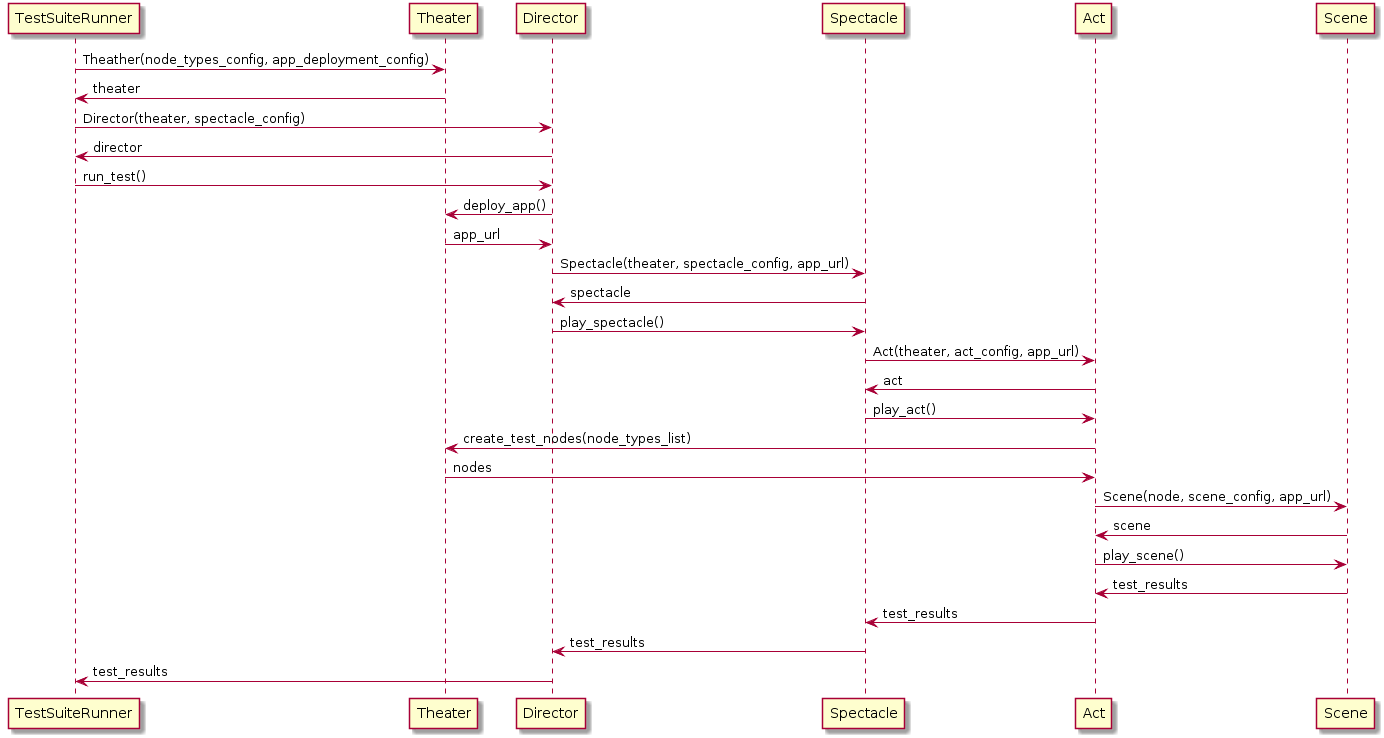
reef-technologies/reefperf keeps this PlantUML diagram as docs/director_flow.png. Above is the earlier version. The source it was exported from:
```plantuml
@startuml
TestSuiteRunner -> Theater: Theather(node_types_config, app_deployment_config)
TestSuiteRunner <- Theater: theater
TestSuiteRunner -> Director: Director(theater, spectacle_config)
TestSuiteRunner <- Director: director
TestSuiteRunner -> Director: run_test()
Director -> Theater: deploy_app()
Director <- Theater: app_url
Director -> Spectacle : Spectacle(theater, spectacle_config, app_url)
Director <- Spectacle: spectacle
Director -> Spectacle: play_spectacle()
Spectacle -> Act : Act(theater, act_config, app_url)
Spectacle <- Act: act
Spectacle -> Act: play_act()
Act -> Theater: create_test_nodes(node_types_list)
Act <- Theater: nodes
Act -> Scene: Scene(node, scene_config, app_url)
Act <- Scene: scene
Act -> Scene: play_scene()
Act <- Scene: test_results
Spectacle <- Act: test_results
Director <- Spectacle: test_results
TestSuiteRunner <- Director: test_results
@enduml
```
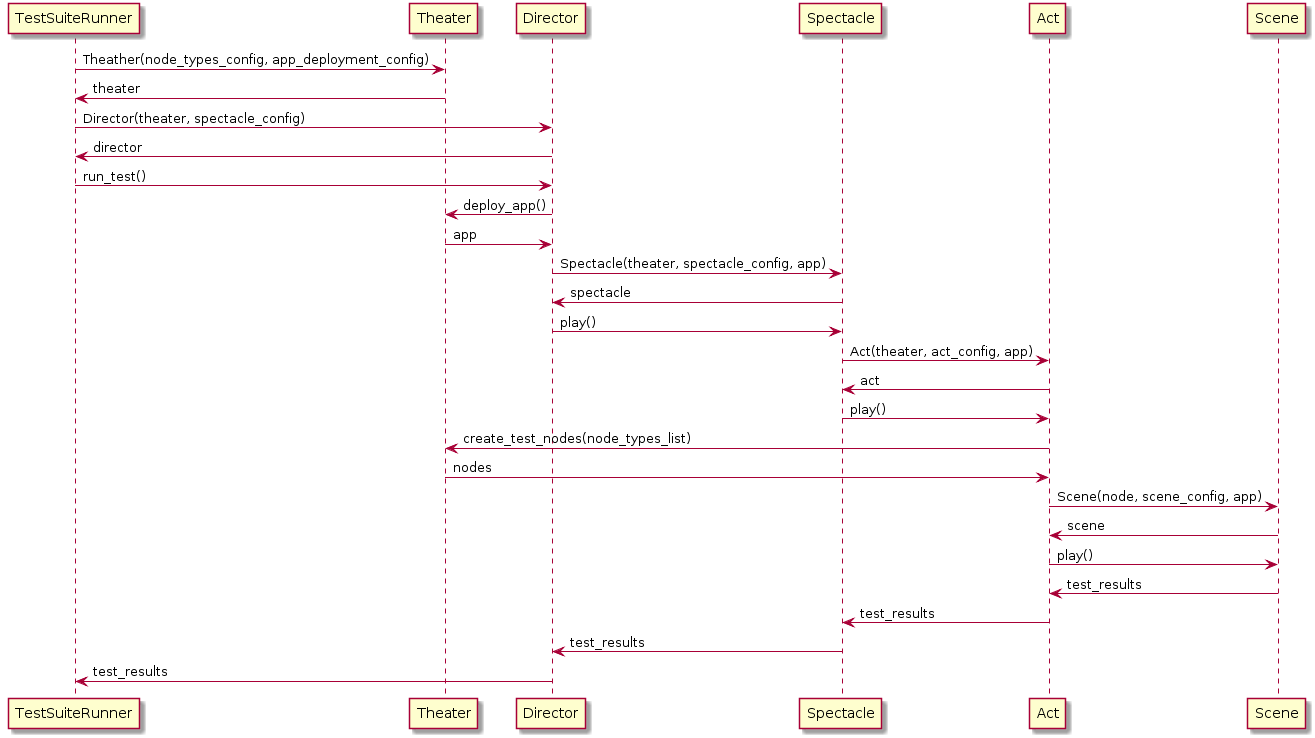
Above is the later version.

Commit message:
Replaced in flow docs app_url by app object; Small renames

Diff of the diagram source:
```diff
@@ -5,18 +5,18 @@
 TestSuiteRunner <- Director: director
 TestSuiteRunner -> Director: run_test()
 Director -> Theater: deploy_app()
-Director <- Theater: app_url
-Director -> Spectacle : Spectacle(theater, spectacle_config, app_url)
+Director <- Theater: app
+Director -> Spectacle : Spectacle(theater, spectacle_config, app)
 Director <- Spectacle: spectacle
-Director -> Spectacle: play_spectacle()
-Spectacle -> Act : Act(theater, act_config, app_url)
+Director -> Spectacle: play()
+Spectacle -> Act : Act(theater, act_config, app)
 Spectacle <- Act: act
-Spectacle -> Act: play_act()
+Spectacle -> Act: play()
 Act -> Theater: create_test_nodes(node_types_list)
 Act <- Theater: nodes
-Act -> Scene: Scene(node, scene_config, app_url)
+Act -> Scene: Scene(node, scene_config, app)
 Act <- Scene: scene
-Act -> Scene: play_scene()
+Act -> Scene: play()
 Act <- Scene: test_results
 Spectacle <- Act: test_results
 Director <- Spectacle: test_results
```
